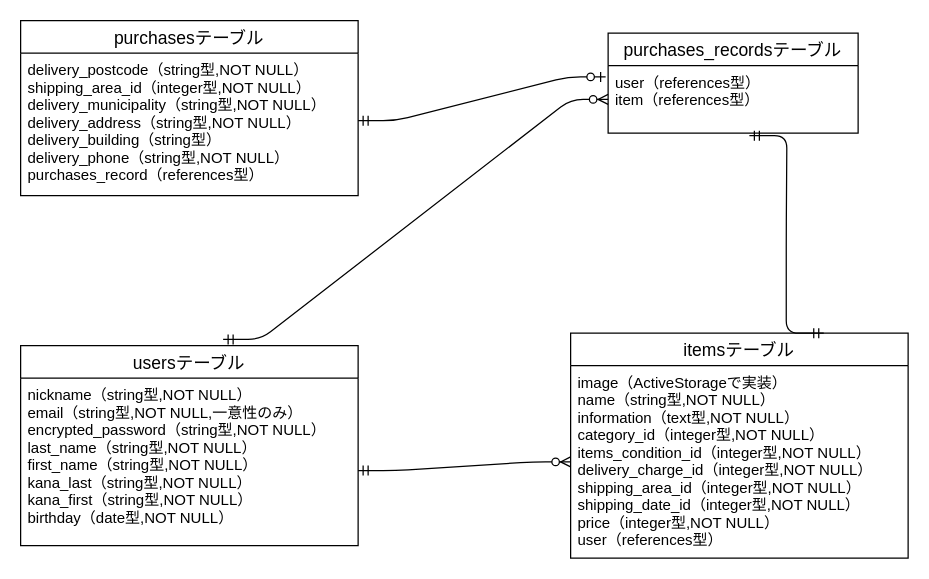
This is furima.dio from Kazutosi110/furima-35234, a draw.io file, before an edit. Source tidied: cells renumbered, new cells numbered last; positions are measured from the earlier drawing's top-left corner, leaving out a move shared by most shapes. Both pictures are drawn from the tidied source at 125%, with x=0, y=0 at pixel (20, 20).
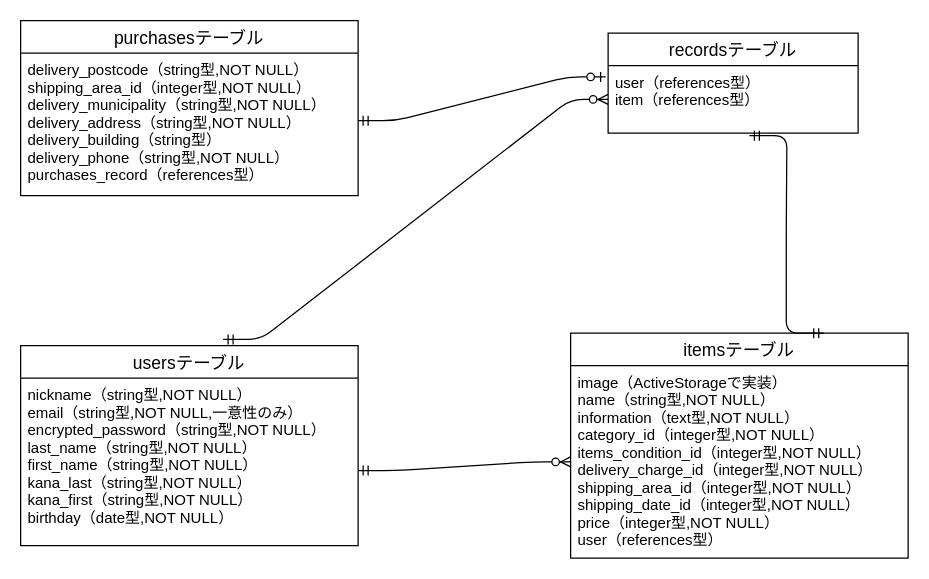
Above is the later version.

Commit message (it also covers changes not shown here):
モデルの作成

The edit, as a diff of the source:
```diff
@@
 <mxGraphModel>
   <root>
     <mxCell id="0" />
     <mxCell id="1" parent="0" />
     <mxCell id="2" value="usersテーブル" style="swimlane;fontStyle=0;horizontal=1;startSize=26;align=center;fontSize=14;" parent="1" vertex="1">
       <mxGeometry y="260" width="270" height="160" as="geometry" />
     </mxCell>
     <mxCell id="3" value="nickname（string型,NOT NULL）&#10;email（string型,NOT NULL,一意性のみ）&#10;encrypted_password（string型,NOT NULL）&#10;last_name（string型,NOT NULL）&#10;first_name（string型,NOT NULL）&#10;kana_last（string型,NOT NULL）&#10;kana_first（string型,NOT NULL）&#10;birthday（date型,NOT NULL）" style="text;strokeColor=none;fillColor=none;spacingLeft=4;spacingRight=4;overflow=hidden;points=[[0,0.5],[1,0.5]];portConstraint=eastwest;fontSize=12;" parent="2" vertex="1">
       <mxGeometry y="26" width="270" height="134" as="geometry" />
     </mxCell>
     <mxCell id="4" style="edgeStyle=orthogonalEdgeStyle;rounded=0;orthogonalLoop=1;jettySize=auto;html=1;exitX=1;exitY=0.5;exitDx=0;exitDy=0;" parent="2" edge="1" source="3" target="3">
       <mxGeometry relative="1" as="geometry" />
     </mxCell>
     <mxCell id="5" value="itemsテーブル" style="swimlane;fontStyle=0;horizontal=1;startSize=26;align=center;fontSize=14;" parent="1" vertex="1">
       <mxGeometry x="440" y="250" width="270" height="180" as="geometry" />
     </mxCell>
     <mxCell id="6" value="image（ActiveStorageで実装）&#10;name（string型,NOT NULL）&#10;information（text型,NOT NULL）&#10;category_id（integer型,NOT NULL）&#10;items_condition_id（integer型,NOT NULL）&#10;delivery_charge_id（integer型,NOT NULL）&#10;shipping_area_id（integer型,NOT NULL）&#10;shipping_date_id（integer型,NOT NULL）&#10;price（integer型,NOT NULL）&#10;user（references型）" style="text;strokeColor=none;fillColor=none;spacingLeft=4;spacingRight=4;overflow=hidden;points=[[0,0.5],[1,0.5]];portConstraint=eastwest;fontSize=12;" parent="5" vertex="1">
       <mxGeometry y="26" width="270" height="154" as="geometry" />
     </mxCell>
     <mxCell id="7" value="purchasesテーブル" style="swimlane;fontStyle=0;horizontal=1;startSize=26;align=center;fontSize=14;" parent="1" vertex="1">
       <mxGeometry width="270" height="140" as="geometry" />
     </mxCell>
     <mxCell id="8" value="delivery_postcode（string型,NOT NULL）&#10;shipping_area_id（integer型,NOT NULL）&#10;delivery_municipality（string型,NOT NULL）&#10;delivery_address（string型,NOT NULL）&#10;delivery_building（string型）&#10;delivery_phone（string型,NOT NULL）&#10;purchases_record（references型）" style="text;strokeColor=none;fillColor=none;spacingLeft=4;spacingRight=4;overflow=hidden;fontSize=12;" parent="7" vertex="1">
       <mxGeometry y="26" width="270" height="114" as="geometry" />
     </mxCell>
-    <mxCell id="9" value="purchases_recordsテーブル" style="swimlane;fontStyle=0;horizontal=1;startSize=26;align=center;fontSize=14;" parent="1" vertex="1">
+    <mxCell id="9" value="recordsテーブル" style="swimlane;fontStyle=0;horizontal=1;startSize=26;align=center;fontSize=14;" parent="1" vertex="1">
       <mxGeometry x="470" y="10" width="200" height="80" as="geometry" />
     </mxCell>
     <mxCell id="10" value="user（references型）&#10;item（references型）" style="text;strokeColor=none;fillColor=none;spacingLeft=4;spacingRight=4;overflow=hidden;points=[[0,0.5],[1,0.5]];portConstraint=eastwest;fontSize=12;" parent="9" vertex="1">
       <mxGeometry y="26" width="200" height="54" as="geometry" />
     </mxCell>
     <mxCell id="11" style="edgeStyle=entityRelationEdgeStyle;fontSize=12;html=1;endArrow=ERzeroToMany;startArrow=ERmandOne;entryX=0;entryY=0.5;entryDx=0;entryDy=0;exitX=0.6;exitY=-0.031;exitDx=0;exitDy=0;exitPerimeter=0;" parent="1" edge="1" source="2" target="10">
       <mxGeometry relative="1" as="geometry" />
     </mxCell>
     <mxCell id="12" style="edgeStyle=entityRelationEdgeStyle;fontSize=12;html=1;endArrow=ERmandOne;startArrow=ERmandOne;entryX=0.565;entryY=1.037;entryDx=0;entryDy=0;entryPerimeter=0;exitX=0.75;exitY=0;exitDx=0;exitDy=0;" parent="1" edge="1" source="5" target="10">
       <mxGeometry relative="1" as="geometry" />
     </mxCell>
     <mxCell id="13" style="edgeStyle=entityRelationEdgeStyle;fontSize=12;html=1;endArrow=ERzeroToOne;startArrow=ERmandOne;entryX=-0.01;entryY=0.167;entryDx=0;entryDy=0;entryPerimeter=0;" parent="1" edge="1" target="10">
       <mxGeometry relative="1" as="geometry">
         <mxPoint x="270" y="80" as="sourcePoint" />
       </mxGeometry>
     </mxCell>
     <mxCell id="14" style="edgeStyle=entityRelationEdgeStyle;fontSize=12;html=1;endArrow=ERzeroToMany;startArrow=ERmandOne;exitX=1;exitY=0.552;exitDx=0;exitDy=0;exitPerimeter=0;entryX=0;entryY=0.5;entryDx=0;entryDy=0;" parent="1" edge="1" source="3" target="6">
       <mxGeometry relative="1" as="geometry" />
     </mxCell>
   </root>
 </mxGraphModel>
```
